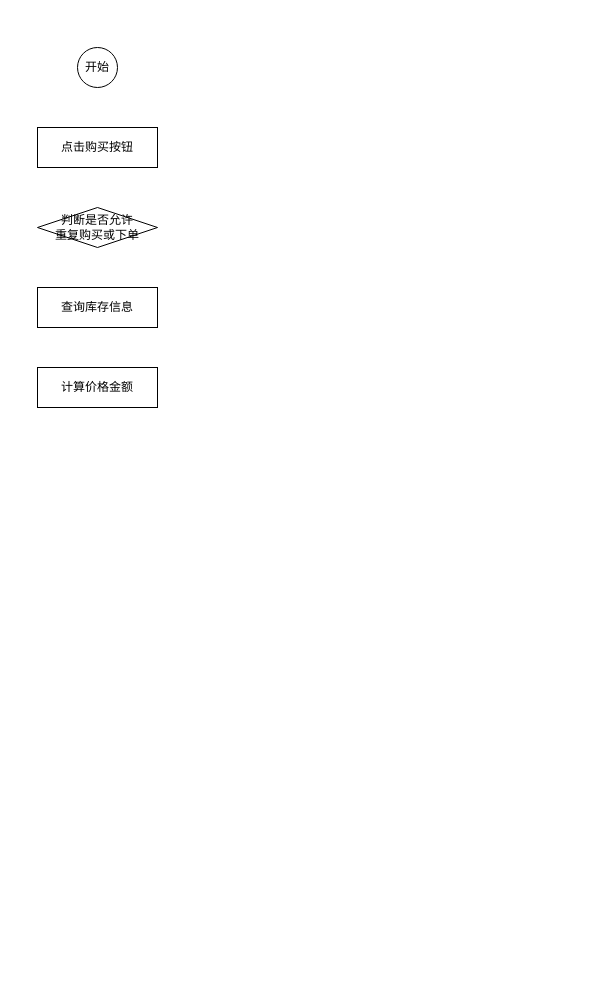
Earlier version of the draw.io diagram 订单实现技术方案.drawio (chenrushui/draw). Source tidied: cells renumbered, new cells numbered last; positions are measured from the earlier drawing's top-left corner, leaving out a move shared by most shapes. Both pictures are drawn from the tidied source at 100%, with x=0, y=0 at pixel (37, 47). Pictures stored in the file or linked from it are replaced by grey dashed boxes.
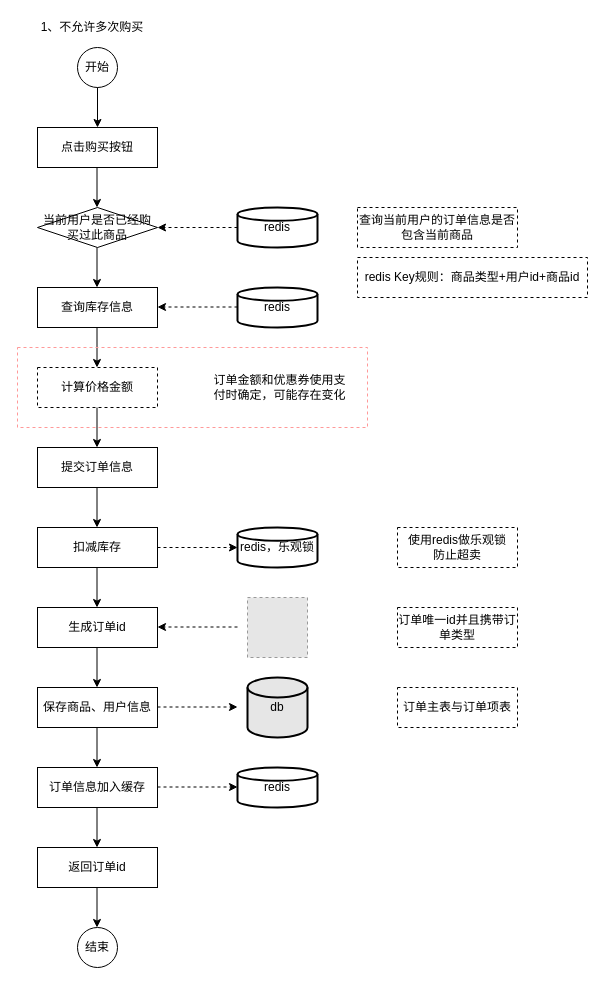
After the change.

Commit message (it also covers changes not shown here):
订单实现技术方案.drawio

The change refers to these unchanged cells:
```xml
<mxCell id="2" value="开始" style="ellipse;whiteSpace=wrap;html=1;" parent="1" vertex="1">
  <mxGeometry x="40" width="40" height="40" as="geometry" />
</mxCell>
<mxCell id="3" value="点击购买按钮" style="rounded=0;whiteSpace=wrap;html=1;" parent="1" vertex="1">
  <mxGeometry y="80" width="120" height="40" as="geometry" />
</mxCell>
```

Diff of the diagram source:
```diff
@@
-    <mxCell id="4" value="&lt;span style=&quot;white-space: normal&quot;&gt;判断是否允许&lt;/span&gt;&lt;br style=&quot;white-space: normal&quot;&gt;&lt;span style=&quot;white-space: normal&quot;&gt;重复购买或下单&lt;/span&gt;" style="rhombus;whiteSpace=wrap;html=1;" parent="1" vertex="1">
+    <mxCell id="4" value="当前用户是否已经购买过此商品" style="rhombus;whiteSpace=wrap;html=1;" parent="1" vertex="1">
       <mxGeometry y="160" width="120" height="40" as="geometry" />
     </mxCell>
@@
-    <mxCell id="6" value="计算价格金额" style="rounded=0;whiteSpace=wrap;html=1;" parent="1" vertex="1">
+    <mxCell id="6" value="计算价格金额" style="rounded=0;whiteSpace=wrap;html=1;dashed=1;" parent="1" vertex="1">
       <mxGeometry y="320" width="120" height="40" as="geometry" />
     </mxCell>
+    <mxCell id="7" value="1、不允许多次购买" style="text;html=1;strokeColor=none;fillColor=none;align=center;verticalAlign=middle;whiteSpace=wrap;rounded=0;" parent="1" vertex="1">
+      <mxGeometry y="-30" width="110" height="20" as="geometry" />
+    </mxCell>
+    <mxCell id="8" value="redis" style="strokeWidth=2;html=1;shape=mxgraph.flowchart.database;whiteSpace=wrap;" parent="1" vertex="1">
+      <mxGeometry x="200" y="160" width="80" height="40" as="geometry" />
+    </mxCell>
+    <mxCell id="9" style="endArrow=classic;html=1;dashed=1;entryX=1;entryY=0.5;entryDx=0;entryDy=0;exitX=0;exitY=0.5;exitDx=0;exitDy=0;exitPerimeter=0;" parent="1" edge="1" source="8" target="4">
+      <mxGeometry relative="1" as="geometry" />
+    </mxCell>
+    <mxCell id="10" value="redis" style="strokeWidth=2;html=1;shape=mxgraph.flowchart.database;whiteSpace=wrap;" parent="1" vertex="1">
+      <mxGeometry x="200" y="240" width="80" height="40" as="geometry" />
+    </mxCell>
+    <mxCell id="11" style="endArrow=classic;html=1;dashed=1;entryX=1;entryY=0.5;entryDx=0;entryDy=0;exitX=0;exitY=0.5;exitDx=0;exitDy=0;exitPerimeter=0;" parent="1" edge="1">
+      <mxGeometry relative="1" as="geometry">
+        <mxPoint x="200" y="259.5" as="sourcePoint" />
+        <mxPoint x="120" y="259.5" as="targetPoint" />
+      </mxGeometry>
+    </mxCell>
+    <mxCell id="12" value="提交订单信息" style="rounded=0;whiteSpace=wrap;html=1;" parent="1" vertex="1">
+      <mxGeometry y="400" width="120" height="40" as="geometry" />
+    </mxCell>
+    <mxCell id="13" value="扣减库存" style="rounded=0;whiteSpace=wrap;html=1;" parent="1" vertex="1">
+      <mxGeometry y="480" width="120" height="40" as="geometry" />
+    </mxCell>
+    <mxCell id="14" value="redis，乐观锁" style="strokeWidth=2;html=1;shape=mxgraph.flowchart.database;whiteSpace=wrap;" parent="1" vertex="1">
+      <mxGeometry x="200" y="480" width="80" height="40" as="geometry" />
+    </mxCell>
+    <mxCell id="15" value="生成订单id" style="rounded=0;whiteSpace=wrap;html=1;" parent="1" vertex="1">
+      <mxGeometry y="560" width="120" height="40" as="geometry" />
+    </mxCell>
+    <mxCell id="16" style="endArrow=classic;html=1;exitX=0.5;exitY=1;exitDx=0;exitDy=0;entryX=0.5;entryY=0;entryDx=0;entryDy=0;" parent="1" edge="1" source="2" target="3">
+      <mxGeometry relative="1" as="geometry" />
+    </mxCell>
+    <mxCell id="17" style="endArrow=classic;html=1;exitX=0.5;exitY=1;exitDx=0;exitDy=0;entryX=0.5;entryY=0;entryDx=0;entryDy=0;" parent="1" edge="1">
+      <mxGeometry relative="1" as="geometry">
+        <mxPoint x="59.5" y="120" as="sourcePoint" />
+        <mxPoint x="59.5" y="160" as="targetPoint" />
+      </mxGeometry>
+    </mxCell>
+    <mxCell id="18" style="endArrow=classic;html=1;exitX=0.5;exitY=1;exitDx=0;exitDy=0;entryX=0.5;entryY=0;entryDx=0;entryDy=0;" parent="1" edge="1">
+      <mxGeometry relative="1" as="geometry">
+        <mxPoint x="59.5" y="200" as="sourcePoint" />
+        <mxPoint x="59.5" y="240" as="targetPoint" />
+      </mxGeometry>
+    </mxCell>
+    <mxCell id="19" style="endArrow=classic;html=1;exitX=0.5;exitY=1;exitDx=0;exitDy=0;entryX=0.5;entryY=0;entryDx=0;entryDy=0;" parent="1" edge="1">
+      <mxGeometry relative="1" as="geometry">
+        <mxPoint x="59.5" y="280" as="sourcePoint" />
+        <mxPoint x="59.5" y="320" as="targetPoint" />
+      </mxGeometry>
+    </mxCell>
+    <mxCell id="20" style="endArrow=classic;html=1;exitX=0.5;exitY=1;exitDx=0;exitDy=0;entryX=0.5;entryY=0;entryDx=0;entryDy=0;" parent="1" edge="1">
+      <mxGeometry relative="1" as="geometry">
+        <mxPoint x="59.5" y="360" as="sourcePoint" />
+        <mxPoint x="59.5" y="400" as="targetPoint" />
+      </mxGeometry>
+    </mxCell>
+    <mxCell id="21" style="endArrow=classic;html=1;exitX=0.5;exitY=1;exitDx=0;exitDy=0;entryX=0.5;entryY=0;entryDx=0;entryDy=0;" parent="1" edge="1">
+      <mxGeometry relative="1" as="geometry">
+        <mxPoint x="59.5" y="440" as="sourcePoint" />
+        <mxPoint x="59.5" y="480" as="targetPoint" />
+      </mxGeometry>
+    </mxCell>
+    <mxCell id="22" style="endArrow=classic;html=1;exitX=0.5;exitY=1;exitDx=0;exitDy=0;entryX=0.5;entryY=0;entryDx=0;entryDy=0;" parent="1" edge="1">
+      <mxGeometry relative="1" as="geometry">
+        <mxPoint x="59.5" y="520" as="sourcePoint" />
+        <mxPoint x="59.5" y="560" as="targetPoint" />
+      </mxGeometry>
+    </mxCell>
+    <mxCell id="23" style="endArrow=classic;html=1;exitX=0.5;exitY=1;exitDx=0;exitDy=0;entryX=0.5;entryY=0;entryDx=0;entryDy=0;" parent="1" edge="1">
+      <mxGeometry relative="1" as="geometry">
+        <mxPoint x="59.5" y="600" as="sourcePoint" />
+        <mxPoint x="59.5" y="640" as="targetPoint" />
+      </mxGeometry>
+    </mxCell>
+    <mxCell id="24" style="endArrow=classic;html=1;dashed=1;exitX=1;exitY=0.5;exitDx=0;exitDy=0;entryX=0;entryY=0.5;entryDx=0;entryDy=0;entryPerimeter=0;" parent="1" edge="1" source="13" target="14">
+      <mxGeometry relative="1" as="geometry" />
+    </mxCell>
+    <mxCell id="25" style="fillColor=#E6E6E6;strokeColor=#999999;dashed=1;html=1;verticalAlign=top;verticalLabelPosition=bottom;labelBackgroundColor=#ffffff;" parent="1" vertex="1">
+      <mxGeometry x="210" y="550" width="60" height="60" as="geometry" />
+    </mxCell>
+    <mxCell id="26" style="endArrow=classic;html=1;dashed=1;entryX=1;entryY=0.5;entryDx=0;entryDy=0;exitX=0;exitY=0.5;exitDx=0;exitDy=0;exitPerimeter=0;" parent="1" edge="1">
+      <mxGeometry relative="1" as="geometry">
+        <mxPoint x="200" y="579.5" as="sourcePoint" />
+        <mxPoint x="120" y="579.5" as="targetPoint" />
+      </mxGeometry>
+    </mxCell>
+    <mxCell id="27" value="保存商品、用户信息" style="rounded=0;whiteSpace=wrap;html=1;" parent="1" vertex="1">
+      <mxGeometry y="640" width="120" height="40" as="geometry" />
+    </mxCell>
+    <mxCell id="28" style="endArrow=classic;html=1;dashed=1;exitX=1;exitY=0.5;exitDx=0;exitDy=0;entryX=0;entryY=0.5;entryDx=0;entryDy=0;entryPerimeter=0;" parent="1" edge="1">
+      <mxGeometry relative="1" as="geometry">
+        <mxPoint x="120" y="659.5" as="sourcePoint" />
+        <mxPoint x="200" y="659.5" as="targetPoint" />
+      </mxGeometry>
+    </mxCell>
+    <mxCell id="29" value="订单信息加入缓存" style="rounded=0;whiteSpace=wrap;html=1;" parent="1" vertex="1">
+      <mxGeometry y="720" width="120" height="40" as="geometry" />
+    </mxCell>
+    <mxCell id="30" style="endArrow=classic;html=1;exitX=0.5;exitY=1;exitDx=0;exitDy=0;entryX=0.5;entryY=0;entryDx=0;entryDy=0;" parent="1" edge="1">
+      <mxGeometry relative="1" as="geometry">
+        <mxPoint x="59.5" y="680" as="sourcePoint" />
+        <mxPoint x="59.5" y="720" as="targetPoint" />
+      </mxGeometry>
+    </mxCell>
+    <mxCell id="31" value="redis" style="strokeWidth=2;html=1;shape=mxgraph.flowchart.database;whiteSpace=wrap;" parent="1" vertex="1">
+      <mxGeometry x="200" y="720" width="80" height="40" as="geometry" />
+    </mxCell>
+    <mxCell id="32" style="endArrow=classic;html=1;dashed=1;exitX=1;exitY=0.5;exitDx=0;exitDy=0;entryX=0;entryY=0.5;entryDx=0;entryDy=0;entryPerimeter=0;" parent="1" edge="1">
+      <mxGeometry relative="1" as="geometry">
+        <mxPoint x="120" y="739.5" as="sourcePoint" />
+        <mxPoint x="200" y="739.5" as="targetPoint" />
+      </mxGeometry>
+    </mxCell>
+    <mxCell id="33" value="db" style="strokeWidth=2;html=1;shape=mxgraph.flowchart.database;whiteSpace=wrap;fillColor=#E6E6E6;" parent="1" vertex="1">
+      <mxGeometry x="210" y="630" width="60" height="60" as="geometry" />
+    </mxCell>
+    <mxCell id="34" value="返回订单id" style="rounded=0;whiteSpace=wrap;html=1;" parent="1" vertex="1">
+      <mxGeometry y="800" width="120" height="40" as="geometry" />
+    </mxCell>
+    <mxCell id="35" style="endArrow=classic;html=1;exitX=0.5;exitY=1;exitDx=0;exitDy=0;entryX=0.5;entryY=0;entryDx=0;entryDy=0;" parent="1" edge="1">
+      <mxGeometry relative="1" as="geometry">
+        <mxPoint x="59.5" y="760" as="sourcePoint" />
+        <mxPoint x="59.5" y="800" as="targetPoint" />
+      </mxGeometry>
+    </mxCell>
+    <mxCell id="36" value="结束" style="ellipse;whiteSpace=wrap;html=1;" parent="1" vertex="1">
+      <mxGeometry x="40" y="880" width="40" height="40" as="geometry" />
+    </mxCell>
+    <mxCell id="37" style="endArrow=classic;html=1;exitX=0.5;exitY=1;exitDx=0;exitDy=0;entryX=0.5;entryY=0;entryDx=0;entryDy=0;" parent="1" edge="1">
+      <mxGeometry relative="1" as="geometry">
+        <mxPoint x="59.5" y="840" as="sourcePoint" />
+        <mxPoint x="59.5" y="880" as="targetPoint" />
+      </mxGeometry>
+    </mxCell>
+    <mxCell id="38" value="使用redis做乐观锁&lt;br&gt;防止超卖" style="rounded=0;whiteSpace=wrap;html=1;fillColor=none;dashed=1;" parent="1" vertex="1">
+      <mxGeometry x="360" y="480" width="120" height="40" as="geometry" />
+    </mxCell>
+    <mxCell id="39" value="订单唯一id并且携带订单类型" style="rounded=0;whiteSpace=wrap;html=1;fillColor=none;dashed=1;" parent="1" vertex="1">
+      <mxGeometry x="360" y="560" width="120" height="40" as="geometry" />
+    </mxCell>
+    <mxCell id="40" value="订单主表与订单项表" style="rounded=0;whiteSpace=wrap;html=1;fillColor=none;dashed=1;" parent="1" vertex="1">
+      <mxGeometry x="360" y="640" width="120" height="40" as="geometry" />
+    </mxCell>
+    <mxCell id="41" value="查询当前用户的订单信息是否&lt;br&gt;包含当前商品" style="rounded=0;whiteSpace=wrap;html=1;fillColor=none;dashed=1;" parent="1" vertex="1">
+      <mxGeometry x="320" y="160" width="160" height="40" as="geometry" />
+    </mxCell>
+    <mxCell id="42" style="rounded=0;whiteSpace=wrap;html=1;dashed=1;fillColor=none;strokeColor=#FF9999;" parent="1" vertex="1">
+      <mxGeometry x="-20" y="300" width="350" height="80" as="geometry" />
+    </mxCell>
+    <mxCell id="43" value="订单金额和优惠券使用支付时确定，可能存在变化" style="text;html=1;strokeColor=none;fillColor=none;align=center;verticalAlign=middle;whiteSpace=wrap;rounded=0;dashed=1;" parent="1" vertex="1">
+      <mxGeometry x="175" y="330" width="135" height="20" as="geometry" />
+    </mxCell>
+    <mxCell id="44" value="redis Key规则：商品类型+用户id+商品id" style="rounded=0;whiteSpace=wrap;html=1;fillColor=none;dashed=1;" parent="1" vertex="1">
+      <mxGeometry x="320" y="210" width="230" height="40" as="geometry" />
+    </mxCell>
```
